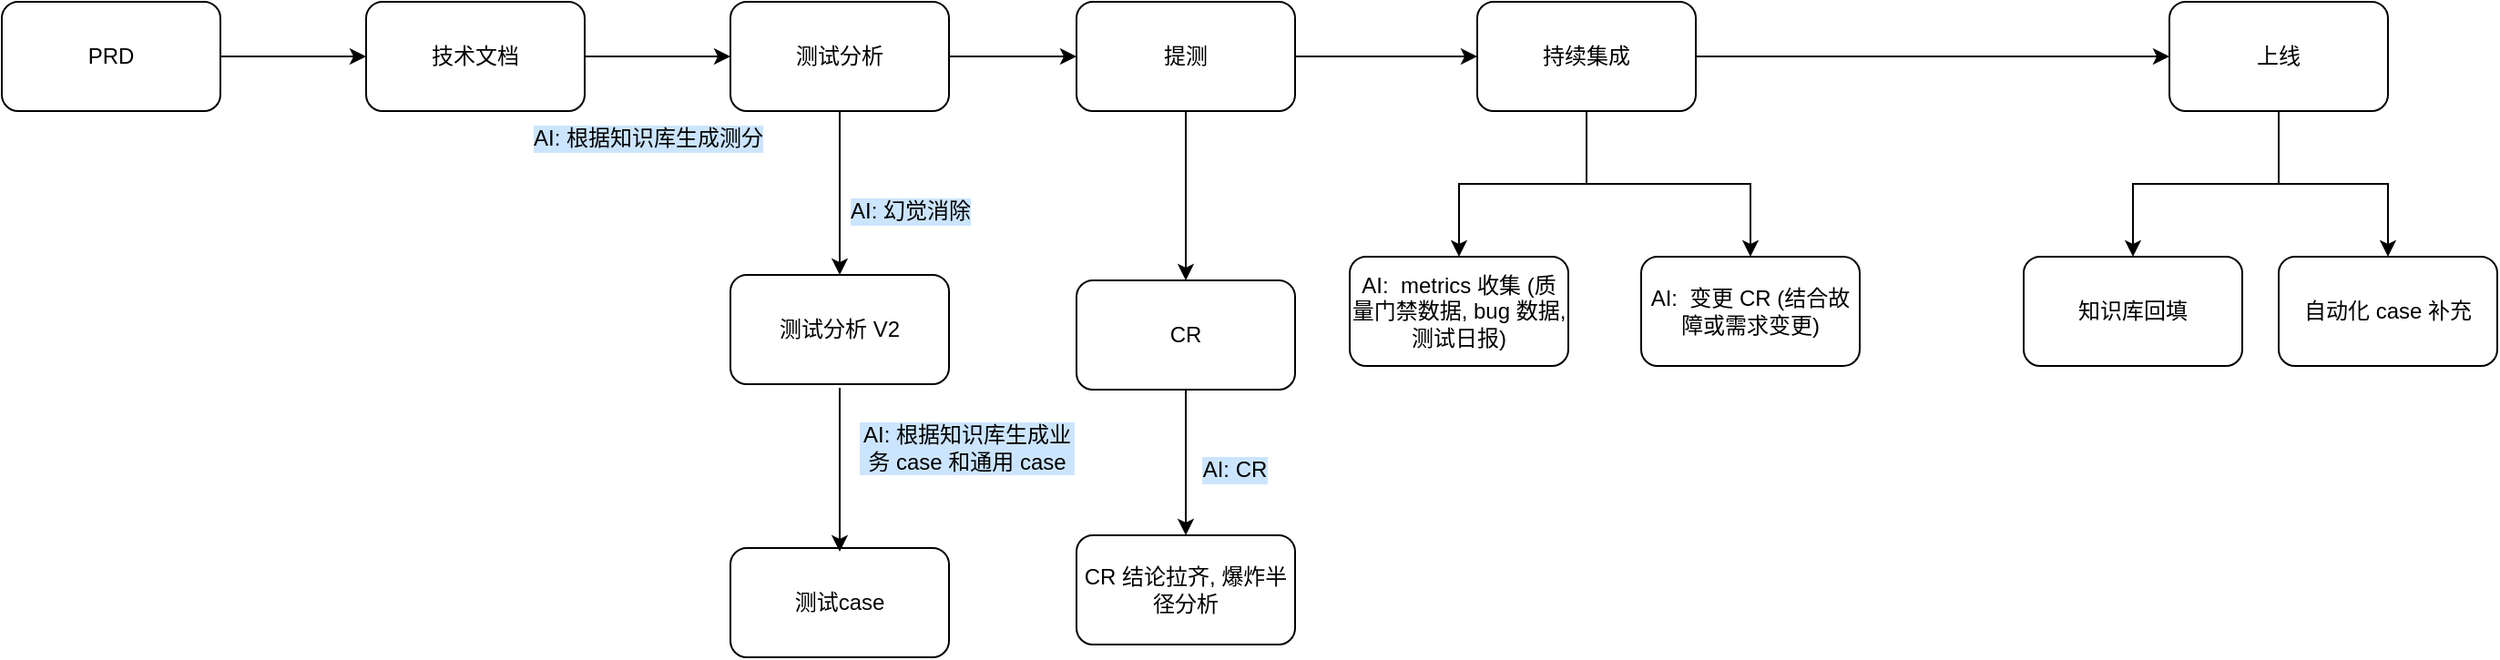
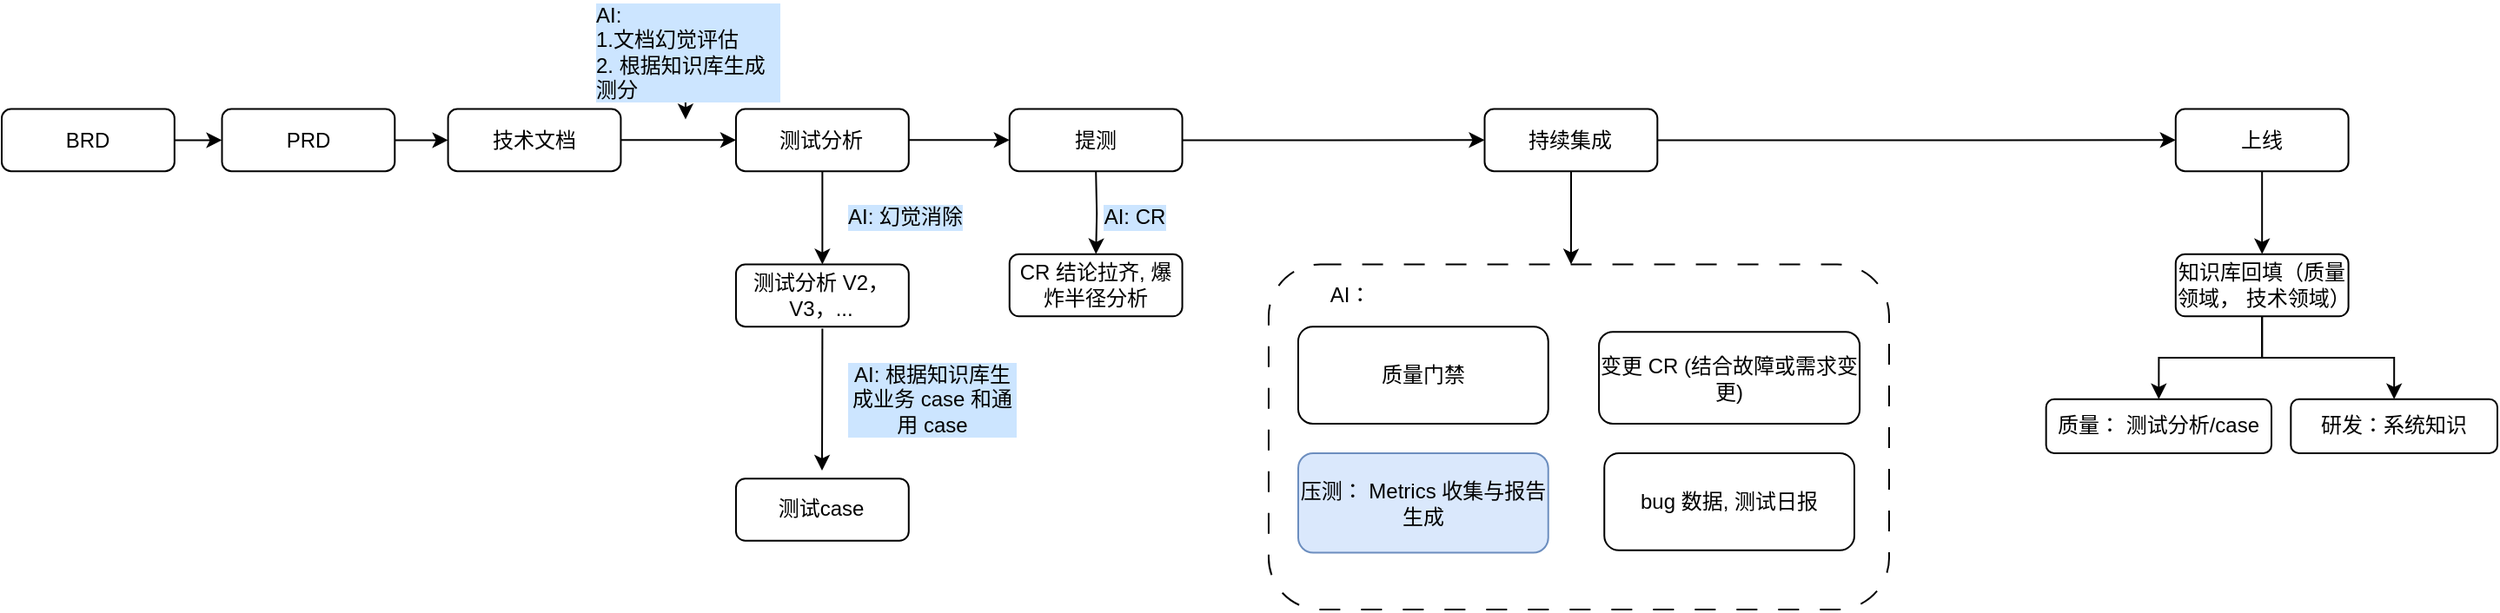
<mxfile host="app.diagrams.net">
  <diagram name="第 1 页" id="eGc9N8yqzYhzGgn2Sq75">
-     <mxGraphModel dx="2044" dy="655" grid="1" gridSize="10" guides="1" tooltips="1" connect="1" arrows="1" fold="1" page="1" pageScale="1" pageWidth="827" pageHeight="1169" math="0" shadow="0">
+     <mxGraphModel dx="2285" dy="653" grid="1" gridSize="10" guides="1" tooltips="1" connect="1" arrows="1" fold="1" page="1" pageScale="1" pageWidth="827" pageHeight="1169" math="0" shadow="0">
      <root>
        <mxCell id="0" />
        <mxCell id="1" parent="0" />
+         <mxCell id="eD5rRKDE6UyOsphLuvNW-11" parent="1" style="rounded=1;whiteSpace=wrap;html=1;dashed=1;dashPattern=12 12;" value="" vertex="1">
+           <mxGeometry height="198.71" width="357.01" x="442.99" y="411.29" as="geometry" />
+         </mxCell>
        <mxCell id="hzDErF2p9qC1wll7qmAn-1" edge="1" parent="1" source="hzDErF2p9qC1wll7qmAn-2" style="edgeStyle=orthogonalEdgeStyle;rounded=0;orthogonalLoop=1;jettySize=auto;html=1;" target="hzDErF2p9qC1wll7qmAn-4" value="">
          <mxGeometry relative="1" as="geometry" />
        </mxCell>
        <mxCell id="hzDErF2p9qC1wll7qmAn-2" parent="1" style="rounded=1;whiteSpace=wrap;html=1;" value="PRD" vertex="1">
-           <mxGeometry height="60" width="120" x="-20" y="390" as="geometry" />
+           <mxGeometry height="35.80645161290323" width="99.40828402366864" x="-159.25443786982248" y="321.7741935483871" as="geometry" />
        </mxCell>
        <mxCell id="hzDErF2p9qC1wll7qmAn-3" edge="1" parent="1" source="hzDErF2p9qC1wll7qmAn-4" style="edgeStyle=orthogonalEdgeStyle;rounded=0;orthogonalLoop=1;jettySize=auto;html=1;" target="hzDErF2p9qC1wll7qmAn-7" value="">
          <mxGeometry relative="1" as="geometry" />
        </mxCell>
        <mxCell id="hzDErF2p9qC1wll7qmAn-4" parent="1" style="rounded=1;whiteSpace=wrap;html=1;" value="技术文档" vertex="1">
-           <mxGeometry height="60" width="120" x="180" y="390" as="geometry" />
+           <mxGeometry height="35.80645161290323" width="99.40828402366864" x="-29.195266272189315" y="321.7741935483871" as="geometry" />
        </mxCell>
        <mxCell id="hzDErF2p9qC1wll7qmAn-5" edge="1" parent="1" source="hzDErF2p9qC1wll7qmAn-7" style="edgeStyle=orthogonalEdgeStyle;rounded=0;orthogonalLoop=1;jettySize=auto;html=1;" target="hzDErF2p9qC1wll7qmAn-8" value="">
          <mxGeometry relative="1" as="geometry" />
        </mxCell>
        <mxCell id="hzDErF2p9qC1wll7qmAn-6" edge="1" parent="1" source="hzDErF2p9qC1wll7qmAn-7" style="edgeStyle=orthogonalEdgeStyle;rounded=0;orthogonalLoop=1;jettySize=auto;html=1;" target="hzDErF2p9qC1wll7qmAn-14" value="">
          <mxGeometry relative="1" as="geometry" />
        </mxCell>
        <mxCell id="hzDErF2p9qC1wll7qmAn-7" parent="1" style="rounded=1;whiteSpace=wrap;html=1;" value="测试分析" vertex="1">
-           <mxGeometry height="60" width="120" x="380" y="390" as="geometry" />
+           <mxGeometry height="35.80645161290323" width="99.40828402366864" x="136.4852071005917" y="321.7741935483871" as="geometry" />
        </mxCell>
-         <mxCell id="hzDErF2p9qC1wll7qmAn-8" parent="1" style="rounded=1;whiteSpace=wrap;html=1;" value="测试分析 V2" vertex="1">
-           <mxGeometry height="60" width="120" x="380" y="540" as="geometry" />
+         <mxCell id="hzDErF2p9qC1wll7qmAn-8" parent="1" style="rounded=1;whiteSpace=wrap;html=1;" value="测试分析 V2，V3，..." vertex="1">
+           <mxGeometry height="35.80645161290323" width="99.40828402366864" x="136.4852071005917" y="411.2903225806452" as="geometry" />
        </mxCell>
-         <mxCell id="hzDErF2p9qC1wll7qmAn-9" parent="1" style="text;html=1;whiteSpace=wrap;align=center;verticalAlign=middle;rounded=0;labelBackgroundColor=#CCE5FF;" value="AI: 根据知识库生成测分" vertex="1">
-           <mxGeometry height="30" width="130" x="270" y="450" as="geometry" />
+         <mxCell id="eD5rRKDE6UyOsphLuvNW-5" edge="1" parent="1" source="hzDErF2p9qC1wll7qmAn-9" style="edgeStyle=orthogonalEdgeStyle;rounded=0;orthogonalLoop=1;jettySize=auto;html=1;">
+           <mxGeometry relative="1" as="geometry">
+             <mxPoint x="107.49112426035504" y="327.741935483871" as="targetPoint" />
+           </mxGeometry>
+         </mxCell>
+         <mxCell id="hzDErF2p9qC1wll7qmAn-9" parent="1" style="text;html=1;whiteSpace=wrap;align=left;verticalAlign=middle;rounded=0;labelBackgroundColor=#CCE5FF;" value="AI:&amp;nbsp;&lt;br&gt;1.文档幻觉评估&lt;div&gt;&lt;span style=&quot;background-color: light-dark(rgb(204, 229, 255), rgb(24, 46, 68)); color: light-dark(rgb(0, 0, 0), rgb(255, 255, 255));&quot;&gt;2. 根据知识库生成测分&lt;/span&gt;&lt;/div&gt;" vertex="1">
+           <mxGeometry height="17.903225806451616" width="107.6923076923077" x="53.644970414201225" y="280" as="geometry" />
        </mxCell>
        <mxCell id="hzDErF2p9qC1wll7qmAn-10" parent="1" style="rounded=1;whiteSpace=wrap;html=1;" value="测试case" vertex="1">
-           <mxGeometry height="60" width="120" x="380" y="690" as="geometry" />
+           <mxGeometry height="35.80645161290323" width="99.40828402366864" x="136.4852071005917" y="534.5964516129033" as="geometry" />
        </mxCell>
        <mxCell id="hzDErF2p9qC1wll7qmAn-11" edge="1" parent="1" style="edgeStyle=orthogonalEdgeStyle;rounded=0;orthogonalLoop=1;jettySize=auto;html=1;" value="">
          <mxGeometry relative="1" as="geometry">
            <Array as="points">
-               <mxPoint x="440" y="602" />
-               <mxPoint x="440" y="602" />
+               <mxPoint x="186.18934911242604" y="448.2903225806452" />
+               <mxPoint x="186.18934911242604" y="448.2903225806452" />
            </Array>
-             <mxPoint x="440" y="622" as="sourcePoint" />
-             <mxPoint x="440" y="692" as="targetPoint" />
+             <mxPoint x="186.18934911242604" y="460.2258064516129" as="sourcePoint" />
+             <mxPoint x="186" y="530" as="targetPoint" />
          </mxGeometry>
        </mxCell>
-         <mxCell id="hzDErF2p9qC1wll7qmAn-12" edge="1" parent="1" source="hzDErF2p9qC1wll7qmAn-14" style="edgeStyle=orthogonalEdgeStyle;rounded=0;orthogonalLoop=1;jettySize=auto;html=1;" value="">
+         <mxCell id="hzDErF2p9qC1wll7qmAn-12" edge="1" parent="1" source="hzDErF2p9qC1wll7qmAn-14" style="edgeStyle=orthogonalEdgeStyle;rounded=0;orthogonalLoop=1;jettySize=auto;html=1;entryX=0;entryY=0.5;entryDx=0;entryDy=0;" target="hzDErF2p9qC1wll7qmAn-23" value="">
          <mxGeometry relative="1" as="geometry">
-             <mxPoint x="790" y="420" as="targetPoint" />
+             <mxPoint x="476.1301775147929" y="339.6774193548387" as="targetPoint" />
          </mxGeometry>
        </mxCell>
-         <mxCell id="hzDErF2p9qC1wll7qmAn-13" edge="1" parent="1" source="hzDErF2p9qC1wll7qmAn-14" style="edgeStyle=orthogonalEdgeStyle;rounded=0;orthogonalLoop=1;jettySize=auto;html=1;" target="hzDErF2p9qC1wll7qmAn-17" value="">
-           <mxGeometry relative="1" as="geometry" />
-         </mxCell>
        <mxCell id="hzDErF2p9qC1wll7qmAn-14" parent="1" style="rounded=1;whiteSpace=wrap;html=1;" value="提测" vertex="1">
-           <mxGeometry height="60" width="120" x="570" y="390" as="geometry" />
+           <mxGeometry height="35.80645161290323" width="99.40828402366864" x="293.88165680473367" y="321.7741935483871" as="geometry" />
        </mxCell>
        <mxCell id="hzDErF2p9qC1wll7qmAn-15" parent="1" style="text;html=1;whiteSpace=wrap;align=center;verticalAlign=middle;rounded=0;labelBackgroundColor=#CCE5FF;" value="AI: 根据知识库生成业务 case 和通用 case&lt;span style=&quot;color: rgba(0, 0, 0, 0); font-family: monospace; font-size: 0px; text-align: start; white-space: nowrap;&quot;&gt;%3CmxGraphModel%3E%3Croot%3E%3CmxCell%20id%3D%220%22%2F%3E%3CmxCell%20id%3D%221%22%20parent%3D%220%22%2F%3E%3CmxCell%20id%3D%222%22%20parent%3D%221%22%20style%3D%22text%3Bhtml%3D1%3BwhiteSpace%3Dwrap%3Balign%3Dcenter%3BverticalAlign%3Dmiddle%3Brounded%3D0%3BlabelBackgroundColor%3D%23CCE5FF%3B%22%20value%3D%22%26lt%3Bspan%20style%3D%26quot%3B%26quot%3B%26gt%3BAI%3A%20%E5%B9%BB%E8%A7%89%E6%B6%88%E9%99%A4%26lt%3B%2Fspan%26gt%3B%22%20vertex%3D%221%22%3E%3CmxGeometry%20height%3D%2230%22%20width%3D%22130%22%20x%3D%22414%22%20y%3D%22490%22%20as%3D%22geometry%22%2F%3E%3C%2FmxCell%3E%3C%2Froot%3E%3C%2FmxGraphModel%3E&lt;/span&gt;" vertex="1">
-           <mxGeometry height="30" width="120" x="450" y="620" as="geometry" />
+           <mxGeometry height="17.903225806451616" width="99.40828402366864" x="200.0033727810651" y="479.92225806451614" as="geometry" />
        </mxCell>
-         <mxCell id="hzDErF2p9qC1wll7qmAn-16" edge="1" parent="1" source="hzDErF2p9qC1wll7qmAn-17" style="edgeStyle=orthogonalEdgeStyle;rounded=0;orthogonalLoop=1;jettySize=auto;html=1;" target="hzDErF2p9qC1wll7qmAn-18" value="">
-           <mxGeometry relative="1" as="geometry" />
-         </mxCell>
-         <mxCell id="hzDErF2p9qC1wll7qmAn-17" parent="1" style="rounded=1;whiteSpace=wrap;html=1;" value="CR" vertex="1">
-           <mxGeometry height="60" width="120" x="570" y="543" as="geometry" />
+         <mxCell id="hzDErF2p9qC1wll7qmAn-16" edge="1" parent="1" style="edgeStyle=orthogonalEdgeStyle;rounded=0;orthogonalLoop=1;jettySize=auto;html=1;" target="hzDErF2p9qC1wll7qmAn-18" value="">
+           <mxGeometry relative="1" as="geometry">
+             <mxPoint x="343.58579881656806" y="357.5806451612903" as="sourcePoint" />
+           </mxGeometry>
        </mxCell>
        <mxCell id="hzDErF2p9qC1wll7qmAn-18" parent="1" style="rounded=1;whiteSpace=wrap;html=1;" value="CR 结论拉齐, 爆炸半径分析" vertex="1">
-           <mxGeometry height="60" width="120" x="570" y="683" as="geometry" />
+           <mxGeometry height="35.80645161290323" width="99.40828402366864" x="293.88165680473367" y="405.3225806451613" as="geometry" />
        </mxCell>
        <mxCell id="hzDErF2p9qC1wll7qmAn-19" parent="1" style="text;html=1;whiteSpace=wrap;align=center;verticalAlign=middle;rounded=0;labelBackgroundColor=#CCE5FF;" value="AI: CR" vertex="1">
-           <mxGeometry height="30" width="70" x="622" y="632" as="geometry" />
-         </mxCell>
-         <mxCell id="hzDErF2p9qC1wll7qmAn-20" edge="1" parent="1" source="hzDErF2p9qC1wll7qmAn-23" style="edgeStyle=orthogonalEdgeStyle;rounded=0;orthogonalLoop=1;jettySize=auto;html=1;" target="hzDErF2p9qC1wll7qmAn-24" value="">
-           <mxGeometry relative="1" as="geometry" />
+           <mxGeometry height="17.903225806451616" width="57.98816568047337" x="336.95857988165676" y="374.88709677419354" as="geometry" />
        </mxCell>
        <mxCell id="hzDErF2p9qC1wll7qmAn-21" edge="1" parent="1" source="hzDErF2p9qC1wll7qmAn-23" style="edgeStyle=orthogonalEdgeStyle;rounded=0;orthogonalLoop=1;jettySize=auto;html=1;entryX=0;entryY=0.5;entryDx=0;entryDy=0;" target="hzDErF2p9qC1wll7qmAn-27" value="">
          <mxGeometry relative="1" as="geometry">
-             <mxPoint x="990" y="420" as="targetPoint" />
+             <mxPoint x="641.810650887574" y="339.6774193548387" as="targetPoint" />
          </mxGeometry>
        </mxCell>
-         <mxCell id="hzDErF2p9qC1wll7qmAn-22" edge="1" parent="1" source="hzDErF2p9qC1wll7qmAn-23" style="edgeStyle=orthogonalEdgeStyle;rounded=0;orthogonalLoop=1;jettySize=auto;html=1;entryX=0.5;entryY=0;entryDx=0;entryDy=0;" target="hzDErF2p9qC1wll7qmAn-31">
-           <mxGeometry relative="1" as="geometry" />
+         <mxCell id="eD5rRKDE6UyOsphLuvNW-13" edge="1" parent="1" source="hzDErF2p9qC1wll7qmAn-23" style="edgeStyle=orthogonalEdgeStyle;rounded=0;orthogonalLoop=1;jettySize=auto;html=1;">
+           <mxGeometry relative="1" as="geometry">
+             <mxPoint x="616.9585798816568" y="411.2903225806452" as="targetPoint" />
+           </mxGeometry>
        </mxCell>
        <mxCell id="hzDErF2p9qC1wll7qmAn-23" parent="1" style="rounded=1;whiteSpace=wrap;html=1;" value="持续集成" vertex="1">
-           <mxGeometry height="60" width="120" x="790" y="390" as="geometry" />
+           <mxGeometry height="35.80645161290323" width="99.40828402366864" x="567.2544378698225" y="321.7741935483871" as="geometry" />
        </mxCell>
-         <mxCell id="hzDErF2p9qC1wll7qmAn-24" parent="1" style="rounded=1;whiteSpace=wrap;html=1;" value="AI:&amp;nbsp;&lt;span style=&quot;background-color: transparent; color: light-dark(rgb(0, 0, 0), rgb(255, 255, 255));&quot;&gt;&amp;nbsp;metrics 收集 (质量门禁数据, bug 数据, 测试日报&lt;/span&gt;&lt;span style=&quot;background-color: transparent; color: light-dark(rgb(0, 0, 0), rgb(255, 255, 255));&quot;&gt;)&lt;/span&gt;" vertex="1">
-           <mxGeometry height="60" width="120" x="720" y="530" as="geometry" />
+         <mxCell id="hzDErF2p9qC1wll7qmAn-24" parent="1" style="rounded=1;whiteSpace=wrap;html=1;" value="&lt;span style=&quot;background-color: transparent; color: light-dark(rgb(0, 0, 0), rgb(255, 255, 255));&quot;&gt;质量门禁&lt;/span&gt;" vertex="1">
+           <mxGeometry height="55.89" width="143.87" x="460" y="447.1" as="geometry" />
        </mxCell>
        <mxCell id="hzDErF2p9qC1wll7qmAn-25" edge="1" parent="1" source="hzDErF2p9qC1wll7qmAn-27" style="edgeStyle=orthogonalEdgeStyle;rounded=0;orthogonalLoop=1;jettySize=auto;html=1;" target="hzDErF2p9qC1wll7qmAn-28" value="">
          <mxGeometry relative="1" as="geometry" />
        </mxCell>
-         <mxCell id="hzDErF2p9qC1wll7qmAn-26" edge="1" parent="1" source="hzDErF2p9qC1wll7qmAn-27" style="edgeStyle=orthogonalEdgeStyle;rounded=0;orthogonalLoop=1;jettySize=auto;html=1;entryX=0.5;entryY=0;entryDx=0;entryDy=0;" target="hzDErF2p9qC1wll7qmAn-29">
+         <mxCell id="hzDErF2p9qC1wll7qmAn-27" parent="1" style="rounded=1;whiteSpace=wrap;html=1;" value="上线" vertex="1">
+           <mxGeometry height="35.80645161290323" width="99.40828402366864" x="964.887573964497" y="321.7741935483871" as="geometry" />
+         </mxCell>
+         <mxCell id="eD5rRKDE6UyOsphLuvNW-17" edge="1" parent="1" source="hzDErF2p9qC1wll7qmAn-28" style="edgeStyle=orthogonalEdgeStyle;rounded=0;orthogonalLoop=1;jettySize=auto;html=1;entryX=0.5;entryY=0;entryDx=0;entryDy=0;" target="eD5rRKDE6UyOsphLuvNW-7">
          <mxGeometry relative="1" as="geometry" />
        </mxCell>
-         <mxCell id="hzDErF2p9qC1wll7qmAn-27" parent="1" style="rounded=1;whiteSpace=wrap;html=1;" value="上线" vertex="1">
-           <mxGeometry height="60" width="120" x="1170" y="390" as="geometry" />
+         <mxCell id="eD5rRKDE6UyOsphLuvNW-18" edge="1" parent="1" source="hzDErF2p9qC1wll7qmAn-28" style="edgeStyle=orthogonalEdgeStyle;rounded=0;orthogonalLoop=1;jettySize=auto;html=1;entryX=0.5;entryY=0;entryDx=0;entryDy=0;" target="eD5rRKDE6UyOsphLuvNW-8">
+           <mxGeometry relative="1" as="geometry" />
        </mxCell>
-         <mxCell id="hzDErF2p9qC1wll7qmAn-28" parent="1" style="rounded=1;whiteSpace=wrap;html=1;" value="知识库回填" vertex="1">
-           <mxGeometry height="60" width="120" x="1090" y="530" as="geometry" />
-         </mxCell>
-         <mxCell id="hzDErF2p9qC1wll7qmAn-29" parent="1" style="rounded=1;whiteSpace=wrap;html=1;" value="自动化 case 补充" vertex="1">
-           <mxGeometry height="60" width="120" x="1230" y="530" as="geometry" />
+         <mxCell id="hzDErF2p9qC1wll7qmAn-28" parent="1" style="rounded=1;whiteSpace=wrap;html=1;" value="知识库回填（质量领域， 技术领域）" vertex="1">
+           <mxGeometry height="35.80645161290323" width="99.40828402366864" x="964.887573964497" y="405.3225806451613" as="geometry" />
        </mxCell>
        <mxCell id="hzDErF2p9qC1wll7qmAn-30" parent="1" style="text;html=1;whiteSpace=wrap;align=center;verticalAlign=middle;rounded=0;labelBackgroundColor=#CCE5FF;" value="&lt;span style=&quot;&quot;&gt;AI: 幻觉消除&lt;/span&gt;" vertex="1">
-           <mxGeometry height="30" width="130" x="414" y="490" as="geometry" />
+           <mxGeometry height="17.903225806451616" width="107.6923076923077" x="180.0008875739645" y="374.8838709677419" as="geometry" />
        </mxCell>
-         <mxCell id="hzDErF2p9qC1wll7qmAn-31" parent="1" style="rounded=1;whiteSpace=wrap;html=1;" value="AI:&amp;nbsp;&lt;span style=&quot;background-color: transparent; color: light-dark(rgb(0, 0, 0), rgb(255, 255, 255));&quot;&gt;&amp;nbsp;变更 CR (结合故障或需求变更)&lt;/span&gt;" vertex="1">
-           <mxGeometry height="60" width="120" x="880" y="530" as="geometry" />
+         <mxCell id="hzDErF2p9qC1wll7qmAn-31" parent="1" style="rounded=1;whiteSpace=wrap;html=1;" value="&lt;span style=&quot;background-color: transparent; color: light-dark(rgb(0, 0, 0), rgb(255, 255, 255));&quot;&gt;变更 CR (结合故障或需求变更)&lt;/span&gt;" vertex="1">
+           <mxGeometry height="52.91" width="150" x="633.06" y="450.08" as="geometry" />
+         </mxCell>
+         <mxCell id="eD5rRKDE6UyOsphLuvNW-2" edge="1" parent="1" source="eD5rRKDE6UyOsphLuvNW-1" style="edgeStyle=orthogonalEdgeStyle;rounded=0;orthogonalLoop=1;jettySize=auto;html=1;" target="hzDErF2p9qC1wll7qmAn-2" value="">
+           <mxGeometry relative="1" as="geometry" />
+         </mxCell>
+         <mxCell id="eD5rRKDE6UyOsphLuvNW-1" parent="1" style="rounded=1;whiteSpace=wrap;html=1;" value="BRD" vertex="1">
+           <mxGeometry height="35.80645161290323" width="99.40828402366864" x="-286" y="321.7741935483871" as="geometry" />
+         </mxCell>
+         <mxCell id="eD5rRKDE6UyOsphLuvNW-6" parent="1" style="rounded=1;whiteSpace=wrap;html=1;fillColor=#dae8fc;strokeColor=#6c8ebf;" value="压测： Metrics 收集与报告生成" vertex="1">
+           <mxGeometry height="57.26" width="143.87" x="460" y="520" as="geometry" />
+         </mxCell>
+         <mxCell id="eD5rRKDE6UyOsphLuvNW-7" parent="1" style="rounded=1;whiteSpace=wrap;html=1;" value="质量： 测试分析/case" vertex="1">
+           <mxGeometry height="31.13" width="129.67" x="890.33" y="488.87" as="geometry" />
+         </mxCell>
+         <mxCell id="eD5rRKDE6UyOsphLuvNW-8" parent="1" style="rounded=1;whiteSpace=wrap;html=1;" value="研发：系统知识" vertex="1">
+           <mxGeometry height="31.13" width="118.84" x="1031.16" y="488.87" as="geometry" />
+         </mxCell>
+         <mxCell id="eD5rRKDE6UyOsphLuvNW-12" parent="1" style="text;html=1;whiteSpace=wrap;strokeColor=none;fillColor=none;align=center;verticalAlign=middle;rounded=0;" value="AI：" vertex="1">
+           <mxGeometry height="17.903225806451616" width="49.70414201183432" x="465.36094674556216" y="420.241935483871" as="geometry" />
+         </mxCell>
+         <mxCell id="eD5rRKDE6UyOsphLuvNW-19" parent="1" style="rounded=1;whiteSpace=wrap;html=1;" value="&lt;span style=&quot;background-color: transparent; color: light-dark(rgb(0, 0, 0), rgb(255, 255, 255));&quot;&gt;bug 数据, 测试日报&lt;/span&gt;" vertex="1">
+           <mxGeometry height="55.89" width="143.87" x="636.13" y="520" as="geometry" />
        </mxCell>
      </root>
    </mxGraphModel>
  </diagram>
</mxfile>
